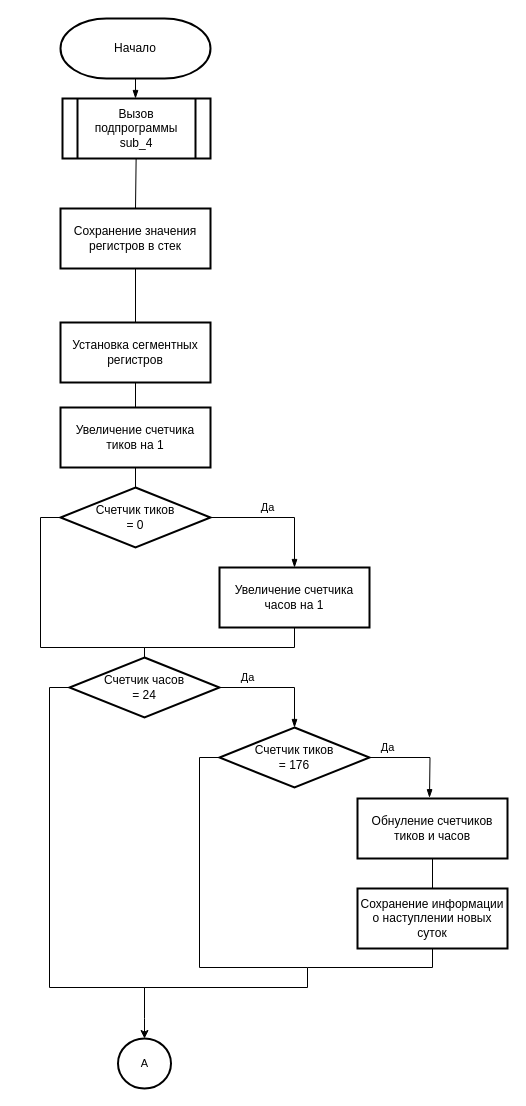
The draw.io diagram page "Page-1" (1 of 3) of lab_01/part1/docs/algo.drawio in katya-varlamova/5-sem-os, before the edit. Source tidied: cells renumbered, new cells numbered last; positions are measured from the earlier drawing's top-left corner, leaving out a move shared by most shapes. Both pictures are drawn from the tidied source at 100%, with x=0, y=0 at pixel (40, 18).
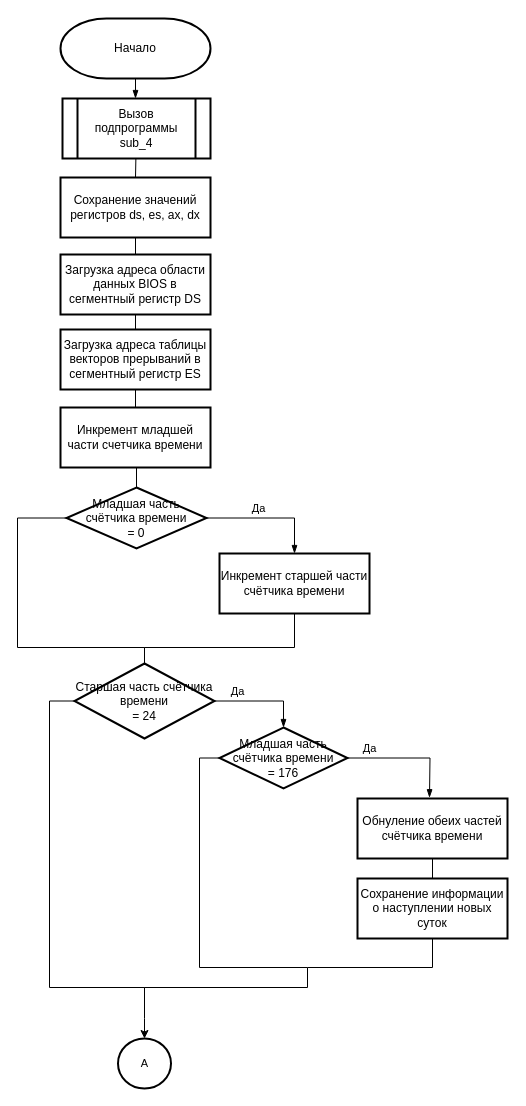
After the change.

What changed in the source:
```diff
@@
-    <mxCell id="5" value="Сохранение значения регистров в стек" style="rounded=0;whiteSpace=wrap;html=1;absoluteArcSize=1;arcSize=14;strokeWidth=2;" parent="1" vertex="1">
-      <mxGeometry x="20" y="190" width="150" height="60" as="geometry" />
+    <mxCell id="5" value="Сохранение значений регистров ds, es, ax, dx" style="rounded=0;whiteSpace=wrap;html=1;absoluteArcSize=1;arcSize=14;strokeWidth=2;" parent="1" vertex="1">
+      <mxGeometry x="20" y="159" width="150" height="60" as="geometry" />
     </mxCell>
-    <mxCell id="6" style="edgeStyle=orthogonalEdgeStyle;rounded=0;jettySize=auto;html=1;exitX=0.5;exitY=1;exitDx=0;exitDy=0;entryX=0.5;entryY=0;entryDx=0;entryDy=0;endArrow=none;endFill=0;fontSize=11;" parent="1" edge="1" source="7" target="10">
+    <mxCell id="6" style="edgeStyle=orthogonalEdgeStyle;rounded=0;jettySize=auto;html=1;exitX=0.5;exitY=1;exitDx=0;exitDy=0;entryX=0.5;entryY=0;entryDx=0;entryDy=0;endArrow=none;endFill=0;fontSize=11;startArrow=none;" parent="1" edge="1" source="29" target="10">
       <mxGeometry relative="1" as="geometry" />
     </mxCell>
-    <mxCell id="7" value="Установка сегментных регистров" style="rounded=0;whiteSpace=wrap;html=1;absoluteArcSize=1;arcSize=14;strokeWidth=2;" parent="1" vertex="1">
-      <mxGeometry x="20" y="304" width="150" height="60" as="geometry" />
+    <mxCell id="7" value="Загрузка адреса области данных BIOS в сегментный регистр DS" style="rounded=0;whiteSpace=wrap;html=1;absoluteArcSize=1;arcSize=14;strokeWidth=2;" parent="1" vertex="1">
+      <mxGeometry x="20" y="236" width="150" height="60" as="geometry" />
     </mxCell>
-    <mxCell id="8" value="Обнуление счетчиков&lt;br&gt;тиков и часов" style="rounded=0;whiteSpace=wrap;html=1;absoluteArcSize=1;arcSize=14;strokeWidth=2;" parent="1" vertex="1">
+    <mxCell id="8" value="Обнуление обеих частей&lt;br&gt;счётчика времени" style="rounded=0;whiteSpace=wrap;html=1;absoluteArcSize=1;arcSize=14;strokeWidth=2;" parent="1" vertex="1">
       <mxGeometry x="317" y="780" width="150" height="60" as="geometry" />
     </mxCell>
@@
-    <mxCell id="10" value="Увеличение счетчика тиков на 1" style="rounded=0;whiteSpace=wrap;html=1;absoluteArcSize=1;arcSize=14;strokeWidth=2;" parent="1" vertex="1">
+    <mxCell id="10" value="Инкремент младшей части счетчика времени" style="rounded=0;whiteSpace=wrap;html=1;absoluteArcSize=1;arcSize=14;strokeWidth=2;" parent="1" vertex="1">
       <mxGeometry x="20" y="389" width="150" height="60" as="geometry" />
     </mxCell>
     <mxCell id="11" style="edgeStyle=orthogonalEdgeStyle;rounded=0;jettySize=auto;html=1;exitX=0;exitY=0.5;exitDx=0;exitDy=0;exitPerimeter=0;entryX=0.5;entryY=0;entryDx=0;entryDy=0;entryPerimeter=0;endArrow=none;endFill=0;fontSize=11;" parent="1" edge="1" source="13" target="18">
       <mxGeometry relative="1" as="geometry">
         <Array as="points">
-          <mxPoint y="499" />
-          <mxPoint y="629" />
+          <mxPoint x="-23" y="499" />
+          <mxPoint x="-23" y="629" />
           <mxPoint x="104" y="629" />
         </Array>
       </mxGeometry>
     </mxCell>
@@
-    <mxCell id="13" value="Счетчик тиков&lt;br&gt;= 0" style="strokeWidth=2;html=1;shape=mxgraph.flowchart.decision;whiteSpace=wrap;rounded=1;" parent="1" vertex="1">
-      <mxGeometry x="20" y="469" width="150" height="60" as="geometry" />
+    <mxCell id="13" value="Младшая часть счётчика времени&lt;br&gt;= 0" style="strokeWidth=2;html=1;shape=mxgraph.flowchart.decision;whiteSpace=wrap;rounded=1;" parent="1" vertex="1">
+      <mxGeometry x="26" y="469" width="140" height="61" as="geometry" />
     </mxCell>
@@
-    <mxCell id="15" value="Увеличение счетчика часов на 1" style="rounded=0;whiteSpace=wrap;html=1;absoluteArcSize=1;arcSize=14;strokeWidth=2;" parent="1" vertex="1">
-      <mxGeometry x="179" y="549" width="150" height="60" as="geometry" />
+    <mxCell id="15" value="Инкремент старшей части счётчика времени" style="rounded=0;whiteSpace=wrap;html=1;absoluteArcSize=1;arcSize=14;strokeWidth=2;" parent="1" vertex="1">
+      <mxGeometry x="179" y="535" width="150" height="60" as="geometry" />
     </mxCell>
@@
     <mxCell id="17" style="edgeStyle=orthogonalEdgeStyle;rounded=0;jettySize=auto;html=1;exitX=0;exitY=0.5;exitDx=0;exitDy=0;exitPerimeter=0;endArrow=none;endFill=0;fontSize=11;" parent="1" edge="1" source="18">
       <mxGeometry relative="1" as="geometry">
         <mxPoint x="104" y="1000" as="targetPoint" />
         <Array as="points">
-          <mxPoint x="9" y="669" />
+          <mxPoint x="9" y="682" />
           <mxPoint x="9" y="969" />
           <mxPoint x="104" y="969" />
         </Array>
       </mxGeometry>
     </mxCell>
-    <mxCell id="18" value="Счетчик часов &lt;br&gt;= 24" style="strokeWidth=2;html=1;shape=mxgraph.flowchart.decision;whiteSpace=wrap;rounded=1;" parent="1" vertex="1">
-      <mxGeometry x="29" y="639" width="150" height="60" as="geometry" />
+    <mxCell id="18" value="Старшая часть счётчика времени&lt;br&gt;= 24" style="strokeWidth=2;html=1;shape=mxgraph.flowchart.decision;whiteSpace=wrap;rounded=1;" parent="1" vertex="1">
+      <mxGeometry x="34" y="645" width="140" height="75" as="geometry" />
     </mxCell>
@@
-    <mxCell id="21" value="Счетчик тиков &lt;br&gt;= 176" style="strokeWidth=2;html=1;shape=mxgraph.flowchart.decision;whiteSpace=wrap;rounded=1;" parent="1" vertex="1">
-      <mxGeometry x="179" y="709" width="150" height="60" as="geometry" />
+    <mxCell id="21" value="Младшая часть счётчика времени&lt;br&gt;= 176" style="strokeWidth=2;html=1;shape=mxgraph.flowchart.decision;whiteSpace=wrap;rounded=1;" parent="1" vertex="1">
+      <mxGeometry x="179" y="709" width="128" height="61" as="geometry" />
     </mxCell>
@@
     <mxCell id="23" value="Сохранение информации о наступлении новых суток" style="rounded=0;whiteSpace=wrap;html=1;absoluteArcSize=1;arcSize=14;strokeWidth=2;" parent="1" vertex="1">
-      <mxGeometry x="317" y="870" width="150" height="60" as="geometry" />
+      <mxGeometry x="317" y="860" width="150" height="60" as="geometry" />
     </mxCell>
@@
+    <mxCell id="29" value="Загрузка адреса таблицы векторов прерываний в сегментный регистр ES" style="rounded=0;whiteSpace=wrap;html=1;absoluteArcSize=1;arcSize=14;strokeWidth=2;" parent="1" vertex="1">
+      <mxGeometry x="20" y="311" width="150" height="60" as="geometry" />
+    </mxCell>
+    <mxCell id="30" style="edgeStyle=orthogonalEdgeStyle;rounded=0;jettySize=auto;html=1;exitX=0.5;exitY=1;exitDx=0;exitDy=0;entryX=0.5;entryY=0;entryDx=0;entryDy=0;endArrow=none;endFill=0;fontSize=11;" parent="1" edge="1" source="7" target="29">
+      <mxGeometry relative="1" as="geometry" />
+    </mxCell>
```
